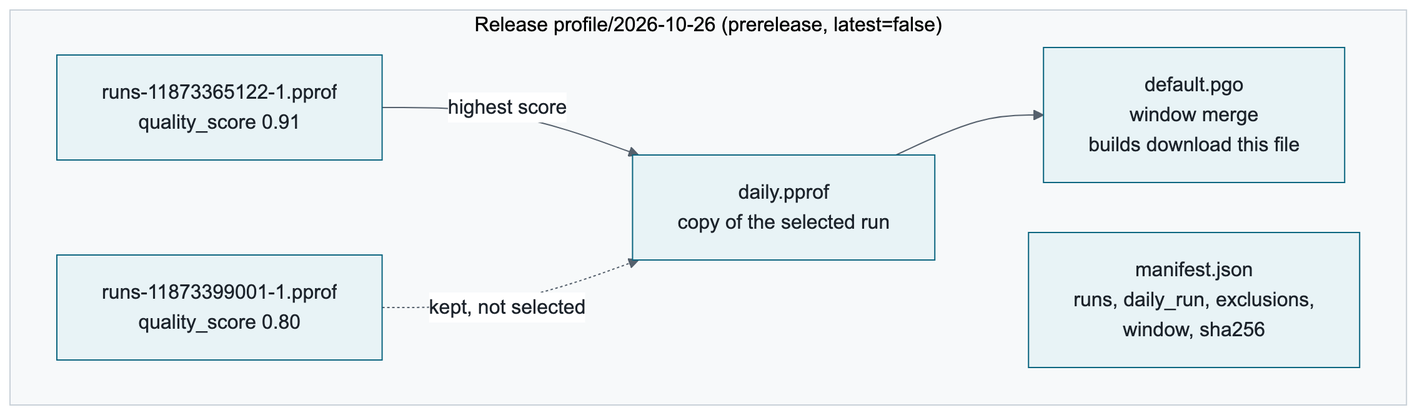
Before: issue-62/3-release-layout.png, a diagram exported from Mermaid (better-go-labs/pgoctl). Its source is kept beside it as issue-62/3-release-layout.mmd.
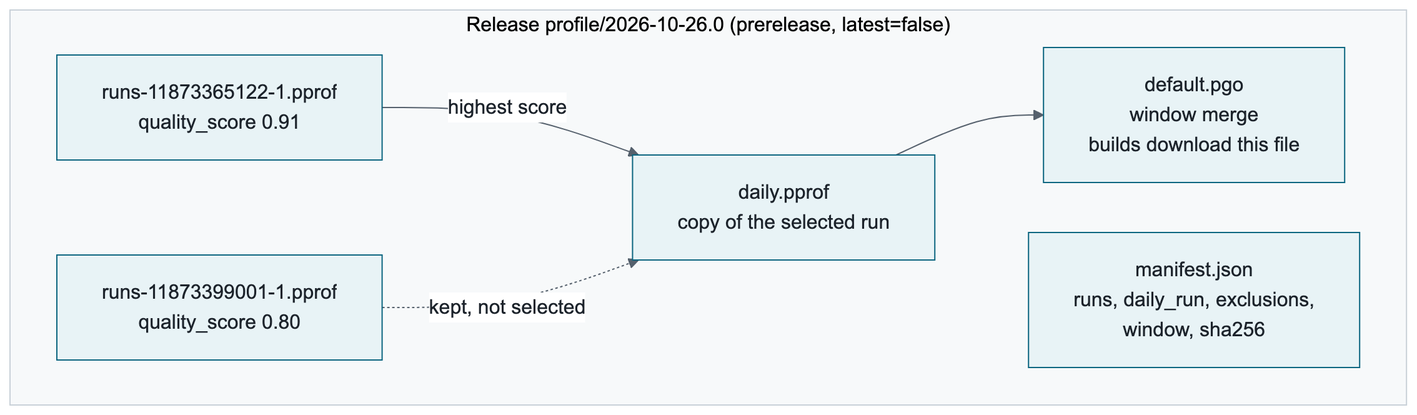
Above is the later version.

What changed in the source:
```diff
@@ -1,5 +1,5 @@
 flowchart LR
-  subgraph REL["Release profile/2026-10-26 (prerelease, latest=false)"]
+  subgraph REL["Release profile/2026-10-26.0 (prerelease, latest=false)"]
     direction LR
     R1["runs-11873365122-1.pprof<br/>quality_score 0.91"] -- "highest score" --> DP["daily.pprof<br/>copy of the selected run"]
     R2["runs-11873399001-1.pprof<br/>quality_score 0.80"] -. "kept, not selected" .-> DP
```
